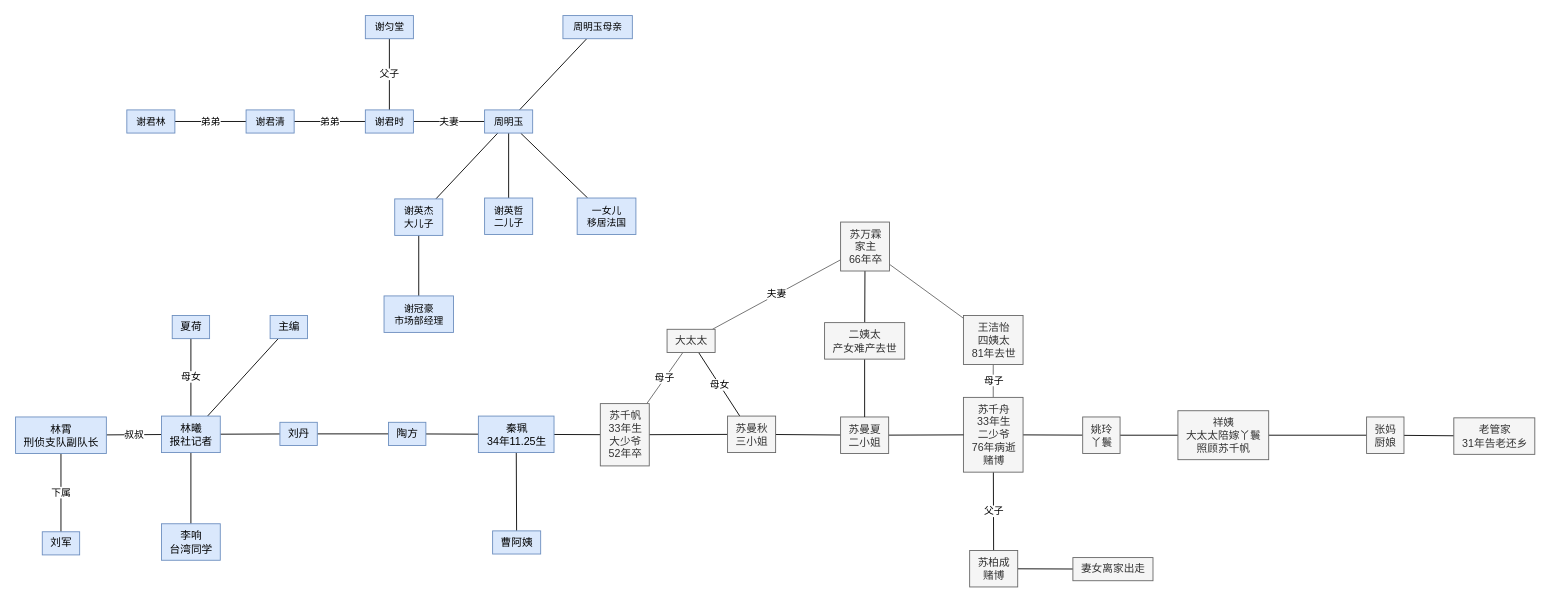
This is page "来易来，去难去" (13 of 13) of 剧本杀人物关系【总图】.drawio from luboq/draw.io, a draw.io file, before an edit. Source tidied: cells renumbered, new cells numbered last; positions are measured from the earlier drawing's top-left corner, leaving out a move shared by most shapes. Both pictures are drawn from the tidied source at 89%, with x=0, y=0 at pixel (15, 15).
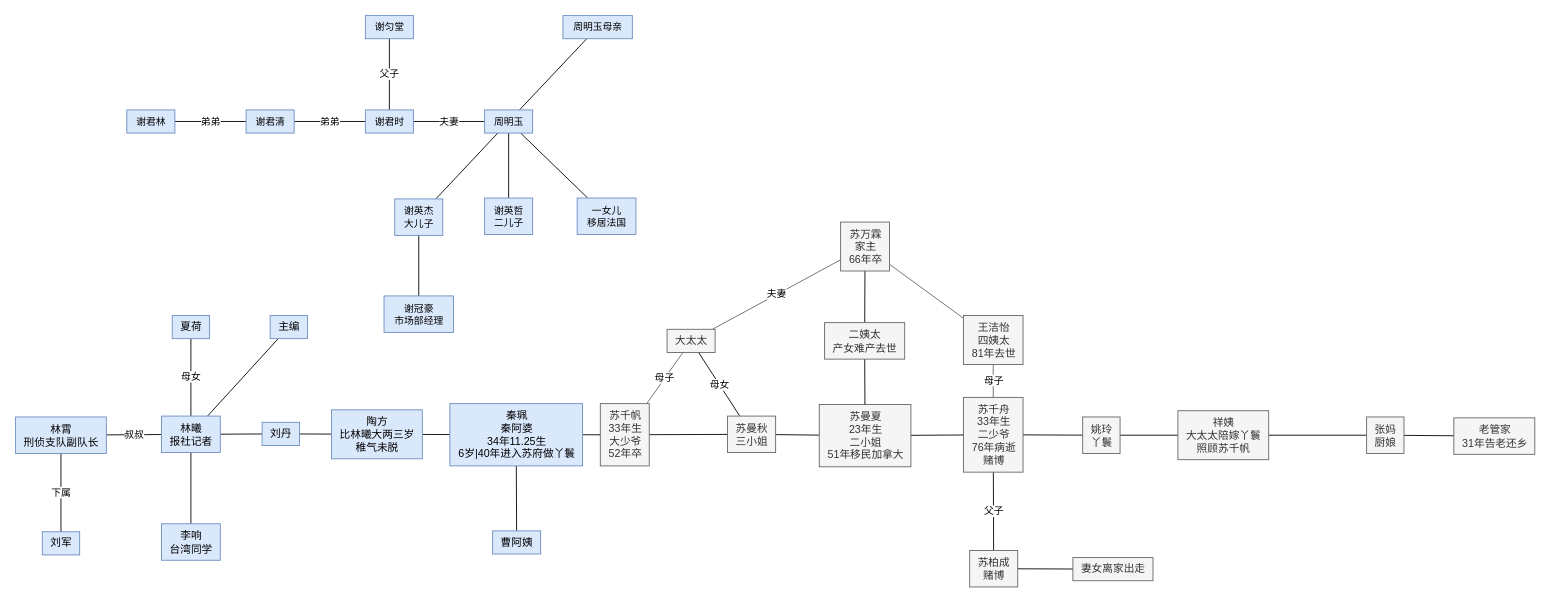
After the change.

Commit message:
更新剧本杀人物关系【总图】.drawio

Change to the diagram source:
```diff
@@
     <mxCell id="10" value="刘丹" style="text;html=1;align=center;verticalAlign=middle;points=[];strokeColor=#6c8ebf;fillColor=#dae8fc;" parent="1" vertex="1">
-      <mxGeometry x="297" y="457" width="42" height="26" as="geometry" />
+      <mxGeometry x="277" y="457" width="42" height="26" as="geometry" />
     </mxCell>
@@
-    <mxCell id="12" value="陶方" style="text;html=1;align=center;verticalAlign=middle;points=[];strokeColor=#6c8ebf;fillColor=#dae8fc;" parent="1" vertex="1">
-      <mxGeometry x="419" y="457" width="42" height="26" as="geometry" />
+    <mxCell id="12" value="陶方&lt;br&gt;比林曦大两三岁&lt;br&gt;稚气未脱" style="text;html=1;align=center;verticalAlign=middle;points=[];strokeColor=#6c8ebf;fillColor=#dae8fc;" parent="1" vertex="1">
+      <mxGeometry x="355" y="443" width="102" height="55" as="geometry" />
     </mxCell>
@@
-    <mxCell id="15" value="秦珮&lt;br&gt;34年11.25生" style="text;html=1;align=center;verticalAlign=middle;points=[];strokeColor=#6c8ebf;fillColor=#dae8fc;" parent="1" vertex="1">
-      <mxGeometry x="520" y="450" width="85" height="41" as="geometry" />
+    <mxCell id="15" value="秦珮&lt;br&gt;秦阿婆&lt;br&gt;34年11.25生&lt;br&gt;6岁|40年进入苏府做丫鬟" style="text;html=1;align=center;verticalAlign=middle;points=[];strokeColor=#6c8ebf;fillColor=#dae8fc;" parent="1" vertex="1">
+      <mxGeometry x="488" y="436" width="149" height="70" as="geometry" />
     </mxCell>
@@
-    <mxCell id="43" value="苏曼夏&lt;br&gt;二小姐" style="text;html=1;align=center;verticalAlign=middle;points=[];strokeColor=#666666;fillColor=#f5f5f5;fontColor=#333333;" parent="1" vertex="1">
-      <mxGeometry x="927" y="451" width="54" height="41" as="geometry" />
+    <mxCell id="43" value="苏曼夏&lt;br&gt;23年生&lt;br&gt;二小姐&lt;br&gt;51年移民加拿大" style="text;html=1;align=center;verticalAlign=middle;points=[];strokeColor=#666666;fillColor=#f5f5f5;fontColor=#333333;" parent="1" vertex="1">
+      <mxGeometry x="903" y="437" width="103" height="70" as="geometry" />
     </mxCell>
```
